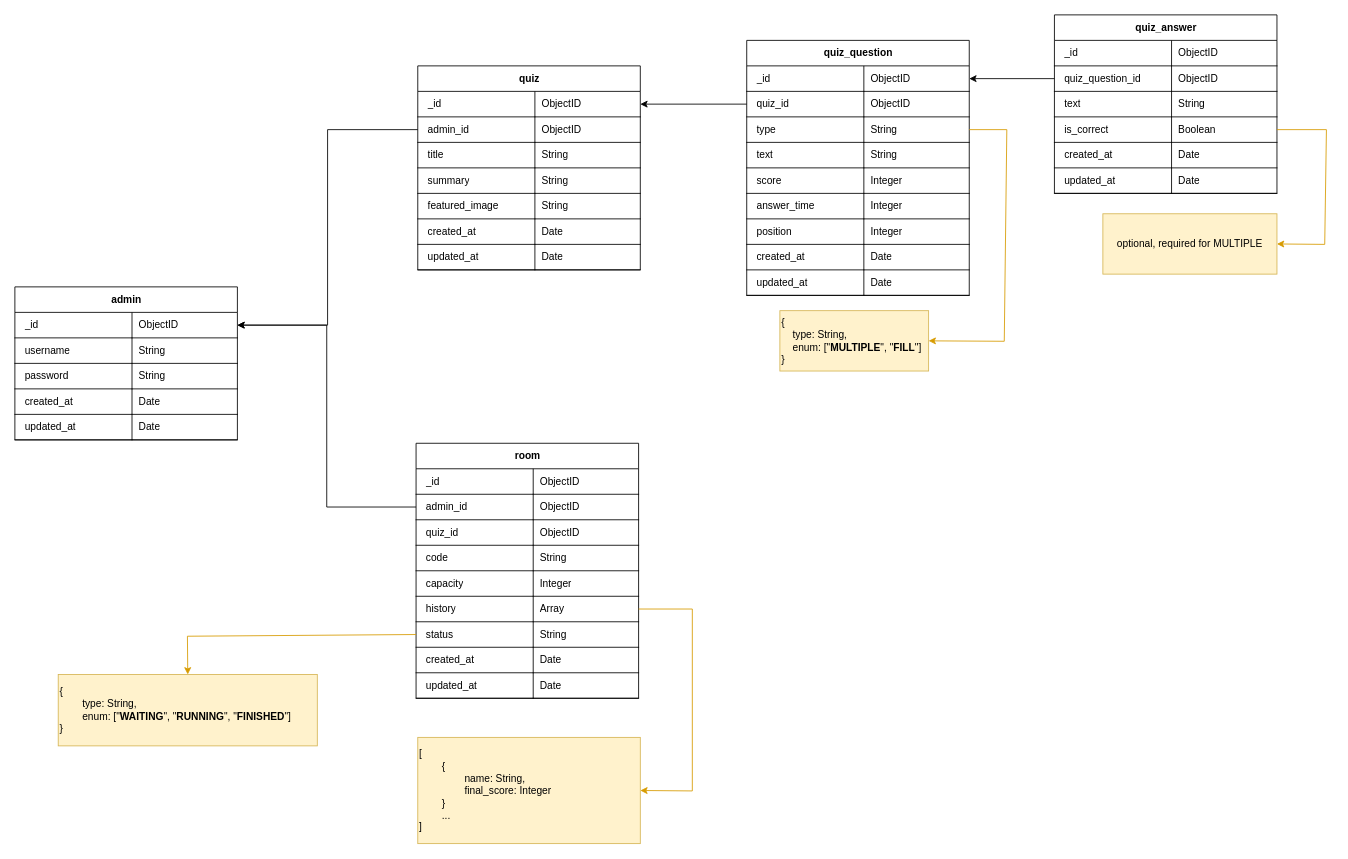
This is database_design.drawio from zahmadz/QuizAppSocketIO, a draw.io file, before an edit. Source tidied: cells renumbered, new cells numbered last; positions are measured from the earlier drawing's top-left corner, leaving out a move shared by most shapes. Both pictures are drawn from the tidied source at 85%, with x=0, y=0 at pixel (14, 14).
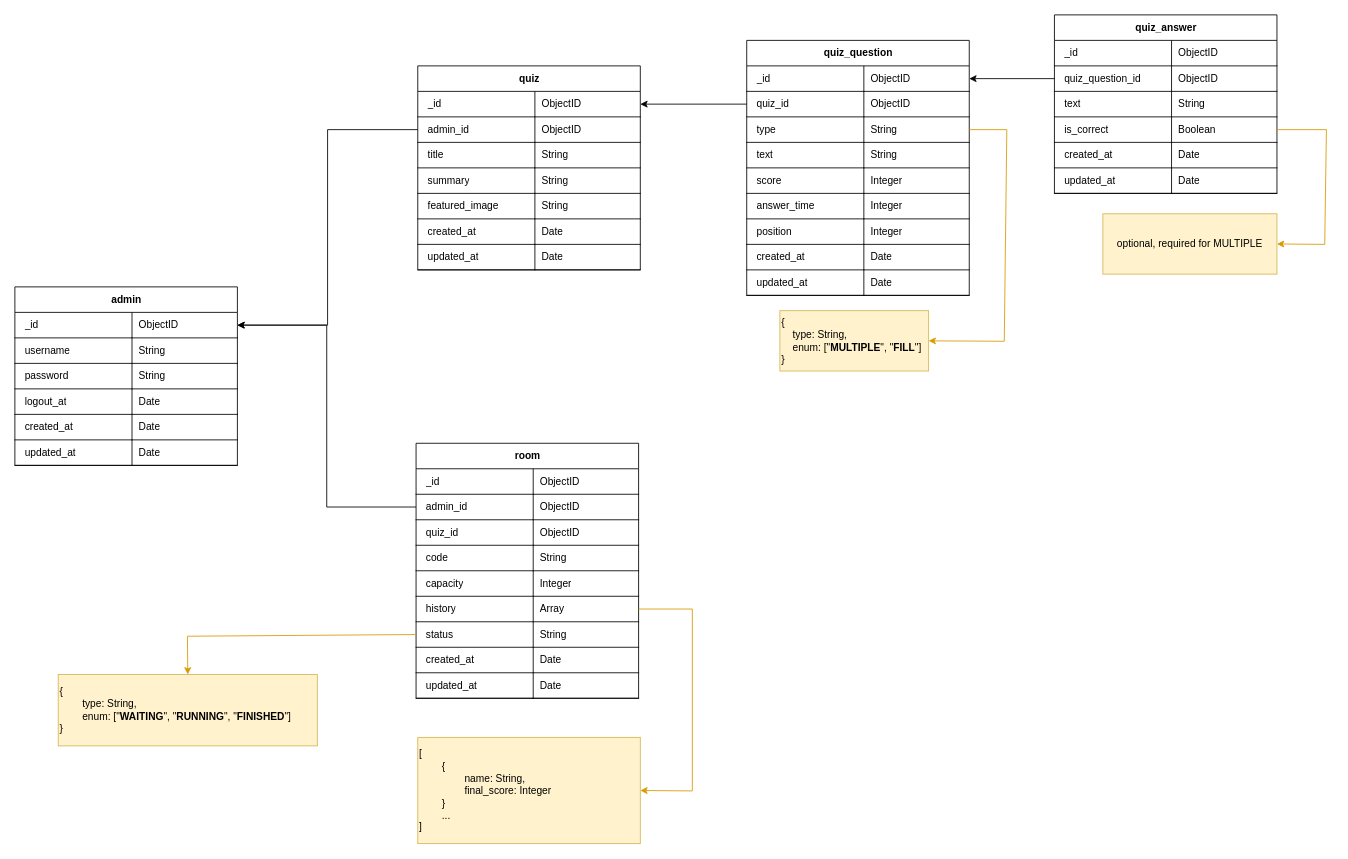
Above is the later version.

The edit, as a diff of the source:
```diff
@@
     <mxCell id="107" value="admin" style="shape=table;startSize=30;childLayout=tableLayout;rowLines=0;fontStyle=1;align=center;html=1;" parent="1" vertex="1">
-      <mxGeometry y="320" width="261.8" height="180" as="geometry" />
+      <mxGeometry y="320" width="261.8" height="210" as="geometry" />
     </mxCell>
@@
+    <mxCell id="127" style="shape=tableRow;horizontal=0;startSize=0;swimlaneHead=0;swimlaneBody=0;fillColor=none;top=0;left=0;right=0;bottom=0;" parent="107" vertex="1">
+      <mxGeometry y="120" width="261.8" height="30" as="geometry" />
+    </mxCell>
+    <mxCell id="128" value="logout_at" style="shape=partialRectangle;fillColor=none;top=0;left=0;bottom=1;right=0;overflow=hidden;whiteSpace=wrap;html=1;align=left;spacingLeft=10;" parent="127" vertex="1">
+      <mxGeometry width="137.8" height="30" as="geometry" />
+    </mxCell>
+    <mxCell id="129" value="Date" style="shape=partialRectangle;fillColor=none;top=0;left=0;bottom=1;right=0;align=left;spacingLeft=6;overflow=hidden;whiteSpace=wrap;html=1;" parent="127" vertex="1">
+      <mxGeometry x="137.8" width="124" height="30" as="geometry" />
+    </mxCell>
     <mxCell id="117" style="shape=tableRow;horizontal=0;startSize=0;swimlaneHead=0;swimlaneBody=0;fillColor=none;top=0;left=0;right=0;bottom=0;" parent="107" vertex="1">
-      <mxGeometry y="120" width="261.8" height="30" as="geometry" />
+      <mxGeometry y="150" width="261.8" height="30" as="geometry" />
     </mxCell>
@@
     <mxCell id="120" style="shape=tableRow;horizontal=0;startSize=0;swimlaneHead=0;swimlaneBody=0;fillColor=none;top=0;left=0;right=0;bottom=0;" parent="107" vertex="1">
-      <mxGeometry y="150" width="261.8" height="30" as="geometry" />
+      <mxGeometry y="180" width="261.8" height="30" as="geometry" />
     </mxCell>
```
